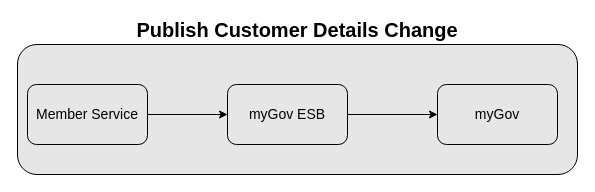
Above: page "03-pcdc-logical" (4 of 6) of temp/tuo/mgv-tuo-ws-sis.drawio in ramchalluri/temp-repo (draw.io), before the change. Source tidied: cells renumbered, new cells numbered last; positions are measured from the earlier drawing's top-left corner, leaving out a move shared by most shapes. Both pictures are drawn from the tidied source at 100%, with x=0, y=0 at pixel (17, 44).
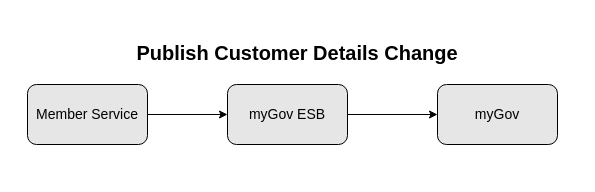
The same diagram, later.

Change to the diagram source:
```diff
@@
-<mxGraphModel background="#ffffff">
+<mxGraphModel>
   <root>
     <mxCell id="0" />
     <mxCell id="1" parent="0" />
-    <mxCell id="2" value="Publish Customer Details Change" style="rounded=1;whiteSpace=wrap;html=1;labelPosition=center;verticalLabelPosition=top;align=center;verticalAlign=bottom;fontSize=20;labelBackgroundColor=none;fontColor=#000000;fontStyle=1;fillColor=#E6E6E6;strokeColor=#000000;" parent="1" vertex="1">
-      <mxGeometry width="560" height="130" as="geometry" />
+    <mxCell id="2" value="&lt;span style=&quot;color: rgb(0, 0, 0); font-size: 20px; font-weight: 700;&quot;&gt;Publish Customer Details Change&lt;/span&gt;" style="rounded=1;whiteSpace=wrap;html=1;fillColor=#FFFFFF;verticalAlign=top;arcSize=10;strokeColor=none;strokeWidth=0;" parent="1" vertex="1">
+      <mxGeometry y="-10" width="560" height="140" as="geometry" />
     </mxCell>
     <mxCell id="3" parent="0" />
     <mxCell id="4" style="edgeStyle=none;html=1;entryX=0;entryY=0.5;entryDx=0;entryDy=0;fontSize=20;fontColor=#000000;strokeColor=#000000;" parent="3" edge="1" source="5" target="7">
       <mxGeometry relative="1" as="geometry" />
     </mxCell>
     <mxCell id="5" value="Member Service" style="rounded=1;whiteSpace=wrap;html=1;labelBackgroundColor=none;fontSize=14;fontColor=#000000;strokeColor=#000000;fillColor=#E6E6E6;" parent="3" vertex="1">
       <mxGeometry x="10" y="40" width="120" height="60" as="geometry" />
     </mxCell>
     <mxCell id="6" style="edgeStyle=none;html=1;fontSize=20;fontColor=#000000;strokeColor=#000000;" parent="3" edge="1" source="7" target="8">
       <mxGeometry relative="1" as="geometry" />
     </mxCell>
     <mxCell id="7" value="myGov ESB" style="rounded=1;whiteSpace=wrap;html=1;labelBackgroundColor=none;fontSize=14;fontColor=#000000;strokeColor=#000000;fillColor=#E6E6E6;" parent="3" vertex="1">
       <mxGeometry x="210" y="40" width="120" height="60" as="geometry" />
     </mxCell>
     <mxCell id="8" value="myGov" style="rounded=1;whiteSpace=wrap;html=1;labelBackgroundColor=none;fontSize=14;fontColor=#000000;strokeColor=#000000;fillColor=#E6E6E6;" parent="3" vertex="1">
       <mxGeometry x="420" y="40" width="120" height="60" as="geometry" />
     </mxCell>
   </root>
 </mxGraphModel>
```
